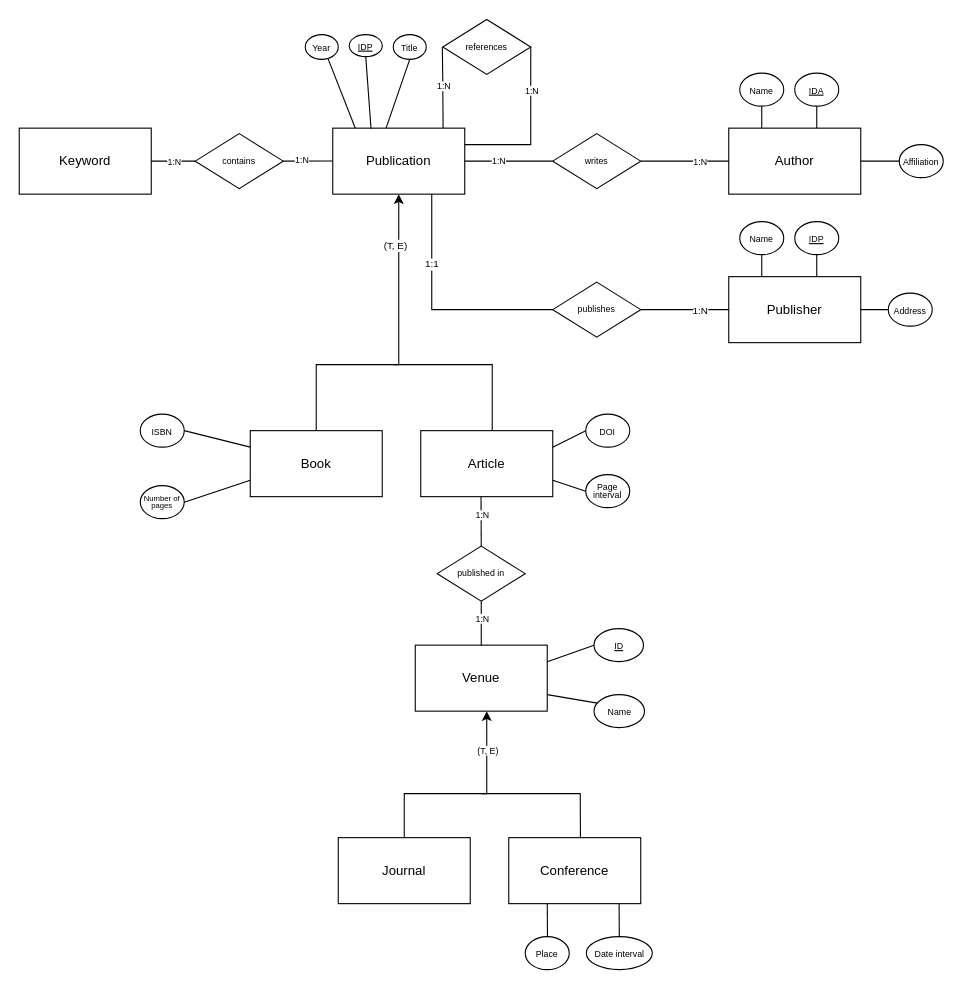
This is schemas/ER_def.drawio from Eliaxie/SMBUD-NoSQL-Project, a draw.io file, before an edit. Source tidied: cells renumbered, new cells numbered last; positions are measured from the earlier drawing's top-left corner, leaving out a move shared by most shapes. Both pictures are drawn from the tidied source at 110%, with x=0, y=0 at pixel (19, 19).
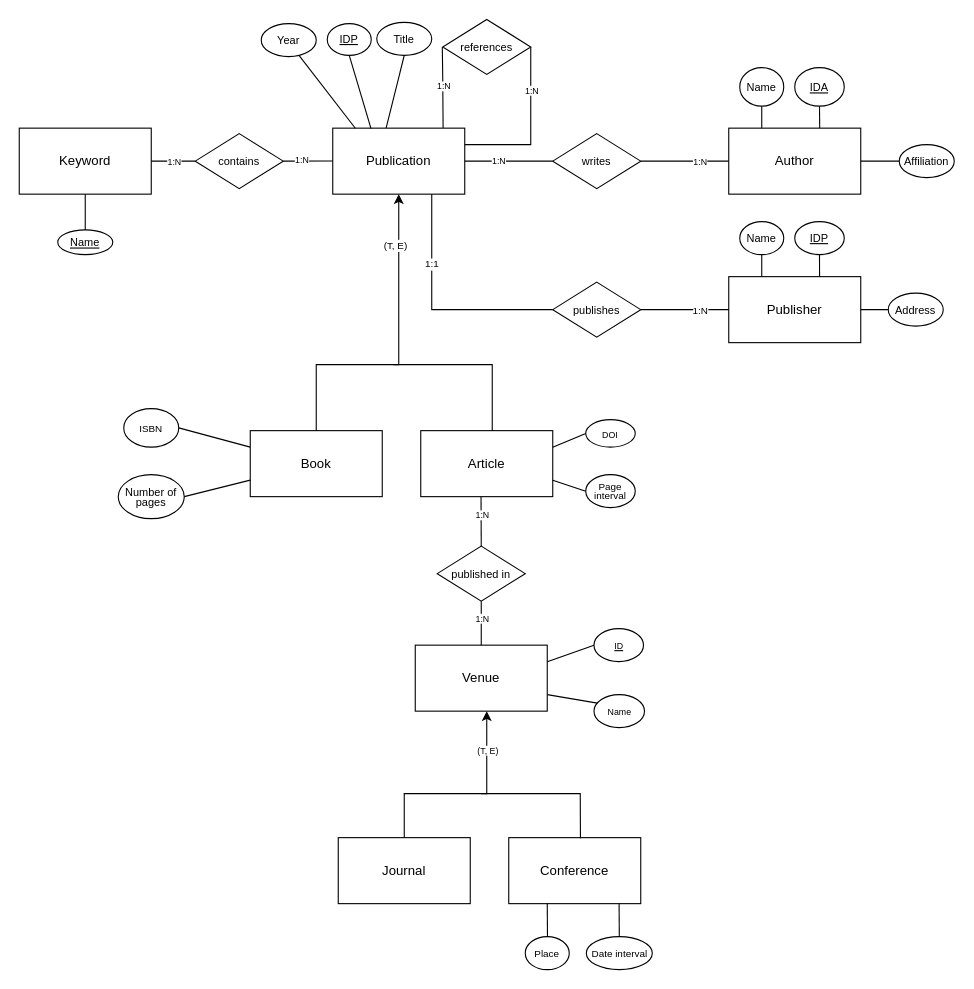
The same page after the edit.

Commit message (it also covers changes not shown here):
edit: moved around ER diagrams and added quasi-definitive one

Unchanged cells that the change refers to:
```xml
<mxCell id="3" value="Author" style="whiteSpace=wrap;html=1;" parent="1" vertex="1">
  <mxGeometry x="645" y="99" width="120" height="60" as="geometry" />
</mxCell>
<mxCell id="38" value="Publisher" style="whiteSpace=wrap;html=1;" parent="1" vertex="1">
  <mxGeometry x="645" y="234" width="120" height="60" as="geometry" />
</mxCell>
<mxCell id="70" value="Keyword" style="rounded=0;whiteSpace=wrap;html=1;" parent="1" vertex="1">
  <mxGeometry y="99" width="120" height="60" as="geometry" />
</mxCell>
```

Change to the diagram source:
```diff
@@
-    <mxCell id="7" value="&lt;font style=&quot;font-size: 8px;&quot;&gt;Name&lt;/font&gt;" style="ellipse;whiteSpace=wrap;html=1;" parent="1" vertex="1">
-      <mxGeometry x="655" y="49" width="40" height="30" as="geometry" />
+    <mxCell id="7" value="&lt;font style=&quot;font-size: 10px;&quot;&gt;Name&lt;/font&gt;" style="ellipse;whiteSpace=wrap;html=1;" parent="1" vertex="1">
+      <mxGeometry x="655" y="44" width="40" height="35" as="geometry" />
     </mxCell>
-    <mxCell id="8" style="endArrow=none;html=1;rounded=0;entryX=0.25;entryY=0;entryDx=0;entryDy=0;exitX=0.5;exitY=1;exitDx=0;exitDy=0;" parent="1" edge="1" source="9">
-      <mxGeometry relative="1" as="geometry">
-        <mxPoint x="725" y="99" as="targetPoint" />
-      </mxGeometry>
+    <mxCell id="8" style="endArrow=none;html=1;rounded=0;entryX=0.689;entryY=-0.002;entryDx=0;entryDy=0;exitX=0.5;exitY=1;exitDx=0;exitDy=0;entryPerimeter=0;" parent="1" edge="1" source="9" target="3">
+      <mxGeometry relative="1" as="geometry" />
     </mxCell>
-    <mxCell id="9" value="&lt;span style=&quot;font-size: 8px;&quot;&gt;&lt;u&gt;IDA&lt;/u&gt;&lt;/span&gt;" style="ellipse;whiteSpace=wrap;html=1;" parent="1" vertex="1">
-      <mxGeometry x="705" y="49" width="40" height="30" as="geometry" />
+    <mxCell id="9" value="&lt;font style=&quot;font-size: 10px;&quot;&gt;&lt;span style=&quot;&quot;&gt;&lt;u&gt;IDA&lt;/u&gt;&lt;/span&gt;&lt;/font&gt;" style="ellipse;whiteSpace=wrap;html=1;" parent="1" vertex="1">
+      <mxGeometry x="705" y="44" width="45" height="35" as="geometry" />
     </mxCell>
@@
-    <mxCell id="11" value="&lt;font style=&quot;font-size: 8px;&quot;&gt;Title&lt;/font&gt;" style="ellipse;whiteSpace=wrap;html=1;" parent="1" vertex="1">
-      <mxGeometry x="340" y="14" width="30" height="22.5" as="geometry" />
+    <mxCell id="11" value="&lt;font style=&quot;font-size: 10px;&quot;&gt;Title&lt;/font&gt;" style="ellipse;whiteSpace=wrap;html=1;" parent="1" vertex="1">
+      <mxGeometry x="325" y="2.8" width="50" height="30" as="geometry" />
     </mxCell>
@@
-    <mxCell id="13" value="&lt;font style=&quot;font-size: 8px;&quot;&gt;Year&lt;/font&gt;" style="ellipse;whiteSpace=wrap;html=1;" parent="1" vertex="1">
-      <mxGeometry x="260" y="14" width="30" height="22.5" as="geometry" />
+    <mxCell id="13" value="&lt;font style=&quot;font-size: 10px;&quot;&gt;Year&lt;/font&gt;" style="ellipse;whiteSpace=wrap;html=1;" parent="1" vertex="1">
+      <mxGeometry x="220" y="4" width="50" height="30" as="geometry" />
     </mxCell>
@@
-    <mxCell id="18" value="writes" style="rhombus;whiteSpace=wrap;html=1;fontSize=8;" parent="1" vertex="1">
+    <mxCell id="18" value="&lt;font style=&quot;font-size: 10px;&quot;&gt;writes&lt;/font&gt;" style="rhombus;whiteSpace=wrap;html=1;fontSize=8;" parent="1" vertex="1">
       <mxGeometry x="485" y="104" width="80" height="50" as="geometry" />
     </mxCell>
@@
-    <mxCell id="23" value="&lt;span style=&quot;font-size: 8px;&quot;&gt;ISBN&lt;/span&gt;" style="ellipse;whiteSpace=wrap;html=1;" parent="1" vertex="1">
-      <mxGeometry x="110" y="359" width="40" height="30" as="geometry" />
+    <mxCell id="23" value="&lt;font style=&quot;font-size: 9px;&quot;&gt;&lt;span style=&quot;&quot;&gt;ISBN&lt;/span&gt;&lt;/font&gt;" style="ellipse;whiteSpace=wrap;html=1;" parent="1" vertex="1">
+      <mxGeometry x="95" y="354" width="50" height="35" as="geometry" />
     </mxCell>
@@
-    <mxCell id="25" value="&lt;font style=&quot;font-size: 8px;&quot;&gt;&lt;u&gt;IDP&lt;/u&gt;&lt;/font&gt;" style="ellipse;whiteSpace=wrap;html=1;" parent="1" vertex="1">
-      <mxGeometry x="300" y="14" width="30" height="20" as="geometry" />
+    <mxCell id="25" value="&lt;font style=&quot;font-size: 10px;&quot;&gt;&lt;u&gt;IDP&lt;/u&gt;&lt;/font&gt;" style="ellipse;whiteSpace=wrap;html=1;" parent="1" vertex="1">
+      <mxGeometry x="280" y="4" width="40" height="28.8" as="geometry" />
     </mxCell>
@@
-    <mxCell id="27" value="&lt;span style=&quot;font-size: 8px;&quot;&gt;Place&lt;/span&gt;" style="ellipse;whiteSpace=wrap;html=1;" parent="1" vertex="1">
+    <mxCell id="27" value="&lt;font style=&quot;font-size: 9px;&quot;&gt;&lt;span style=&quot;&quot;&gt;Place&lt;/span&gt;&lt;/font&gt;" style="ellipse;whiteSpace=wrap;html=1;" parent="1" vertex="1">
       <mxGeometry x="460" y="834" width="40" height="30" as="geometry" />
     </mxCell>
@@
-    <mxCell id="29" value="&lt;font style=&quot;font-size: 8px;&quot;&gt;Date interval&lt;/font&gt;" style="ellipse;whiteSpace=wrap;html=1;" parent="1" vertex="1">
+    <mxCell id="29" value="&lt;font style=&quot;font-size: 9px;&quot;&gt;Date interval&lt;/font&gt;" style="ellipse;whiteSpace=wrap;html=1;" parent="1" vertex="1">
       <mxGeometry x="515.5" y="834" width="60" height="30" as="geometry" />
     </mxCell>
@@
     <mxCell id="33" value="&lt;span style=&quot;font-size: 8px;&quot;&gt;DOI&lt;/span&gt;" style="ellipse;whiteSpace=wrap;html=1;" parent="1" vertex="1">
-      <mxGeometry x="515" y="359" width="40" height="30" as="geometry" />
+      <mxGeometry x="515" y="364" width="45" height="25" as="geometry" />
     </mxCell>
@@
-    <mxCell id="40" value="&lt;font style=&quot;font-size: 8px;&quot;&gt;Name&lt;/font&gt;" style="ellipse;whiteSpace=wrap;html=1;" parent="1" vertex="1">
+    <mxCell id="40" value="&lt;font style=&quot;font-size: 10px;&quot;&gt;Name&lt;/font&gt;" style="ellipse;whiteSpace=wrap;html=1;" parent="1" vertex="1">
       <mxGeometry x="655" y="184" width="40" height="30" as="geometry" />
     </mxCell>
-    <mxCell id="41" style="endArrow=none;html=1;rounded=0;entryX=0.25;entryY=0;entryDx=0;entryDy=0;exitX=0.5;exitY=1;exitDx=0;exitDy=0;" parent="1" edge="1" source="42">
-      <mxGeometry relative="1" as="geometry">
-        <mxPoint x="725" y="234" as="targetPoint" />
-      </mxGeometry>
+    <mxCell id="41" style="endArrow=none;html=1;rounded=0;entryX=0.688;entryY=0.002;entryDx=0;entryDy=0;exitX=0.5;exitY=1;exitDx=0;exitDy=0;entryPerimeter=0;" parent="1" edge="1" source="42" target="38">
+      <mxGeometry relative="1" as="geometry" />
     </mxCell>
-    <mxCell id="42" value="&lt;span style=&quot;font-size: 8px;&quot;&gt;&lt;u&gt;IDP&lt;/u&gt;&lt;/span&gt;" style="ellipse;whiteSpace=wrap;html=1;" parent="1" vertex="1">
-      <mxGeometry x="705" y="184" width="40" height="30" as="geometry" />
+    <mxCell id="42" value="&lt;font style=&quot;font-size: 10px;&quot;&gt;&lt;span style=&quot;&quot;&gt;&lt;u&gt;IDP&lt;/u&gt;&lt;/span&gt;&lt;/font&gt;" style="ellipse;whiteSpace=wrap;html=1;" parent="1" vertex="1">
+      <mxGeometry x="705" y="184" width="45" height="30" as="geometry" />
     </mxCell>
@@
-    <mxCell id="48" value="&lt;span style=&quot;font-size: 8px;&quot;&gt;Address&lt;/span&gt;" style="ellipse;whiteSpace=wrap;html=1;" parent="1" vertex="1">
-      <mxGeometry x="790" y="249" width="40" height="30" as="geometry" />
+    <mxCell id="48" value="&lt;font style=&quot;font-size: 10px;&quot;&gt;&lt;span style=&quot;&quot;&gt;Address&lt;/span&gt;&lt;/font&gt;" style="ellipse;whiteSpace=wrap;html=1;" parent="1" vertex="1">
+      <mxGeometry x="790" y="249" width="50" height="30" as="geometry" />
     </mxCell>
-    <mxCell id="49" value="references" style="rhombus;whiteSpace=wrap;html=1;fontSize=8;" parent="1" vertex="1">
+    <mxCell id="49" value="&lt;font style=&quot;font-size: 10px;&quot;&gt;references&lt;/font&gt;" style="rhombus;whiteSpace=wrap;html=1;fontSize=8;" parent="1" vertex="1">
       <mxGeometry x="385" y="0.2" width="80" height="50" as="geometry" />
     </mxCell>
-    <mxCell id="50" value="publishes" style="rhombus;whiteSpace=wrap;html=1;fontSize=8;" parent="1" vertex="1">
+    <mxCell id="50" value="&lt;font style=&quot;font-size: 10px;&quot;&gt;publishes&lt;/font&gt;" style="rhombus;whiteSpace=wrap;html=1;fontSize=8;" parent="1" vertex="1">
       <mxGeometry x="485" y="239" width="80" height="50" as="geometry" />
     </mxCell>
-    <mxCell id="51" value="&lt;font style=&quot;font-size: 8px;&quot;&gt;Affiliation&lt;/font&gt;" style="ellipse;whiteSpace=wrap;html=1;" parent="1" vertex="1">
-      <mxGeometry x="800" y="114" width="40" height="30" as="geometry" />
+    <mxCell id="51" value="&lt;font style=&quot;font-size: 10px;&quot;&gt;Affiliation&lt;/font&gt;" style="ellipse;whiteSpace=wrap;html=1;" parent="1" vertex="1">
+      <mxGeometry x="800" y="114" width="50" height="30" as="geometry" />
     </mxCell>
@@
-    <mxCell id="53" value="published in" style="rhombus;whiteSpace=wrap;html=1;fontSize=8;" parent="1" vertex="1">
+    <mxCell id="53" value="&lt;font style=&quot;font-size: 10px;&quot;&gt;published in&lt;/font&gt;" style="rhombus;whiteSpace=wrap;html=1;fontSize=8;" parent="1" vertex="1">
       <mxGeometry x="380" y="479" width="80" height="50" as="geometry" />
     </mxCell>
@@
-    <mxCell id="63" value="&lt;p style=&quot;line-height: 1; font-size: 8px;&quot;&gt;&lt;font style=&quot;font-size: 8px;&quot;&gt;Page interval&lt;br&gt;&lt;/font&gt;&lt;/p&gt;" style="ellipse;whiteSpace=wrap;html=1;" parent="1" vertex="1">
-      <mxGeometry x="515" y="414" width="40" height="30" as="geometry" />
+    <mxCell id="63" value="&lt;p style=&quot;line-height: 1; font-size: 9px;&quot;&gt;&lt;font style=&quot;font-size: 9px;&quot;&gt;Page interval&lt;br&gt;&lt;/font&gt;&lt;/p&gt;" style="ellipse;whiteSpace=wrap;html=1;" parent="1" vertex="1">
+      <mxGeometry x="515" y="414" width="45" height="30" as="geometry" />
     </mxCell>
@@
-    <mxCell id="65" value="&lt;p style=&quot;line-height: 0.9; font-size: 7px;&quot;&gt;&lt;font style=&quot;font-size: 7px;&quot;&gt;Number of pages&lt;br&gt;&lt;/font&gt;&lt;/p&gt;" style="ellipse;whiteSpace=wrap;html=1;" parent="1" vertex="1">
-      <mxGeometry x="110" y="424" width="40" height="30" as="geometry" />
+    <mxCell id="65" value="&lt;p style=&quot;line-height: 0.9; font-size: 10px;&quot;&gt;&lt;font style=&quot;font-size: 10px;&quot;&gt;Number of pages&lt;br&gt;&lt;/font&gt;&lt;/p&gt;" style="ellipse;whiteSpace=wrap;html=1;" parent="1" vertex="1">
+      <mxGeometry x="90" y="414" width="60" height="40" as="geometry" />
     </mxCell>
@@
-    <mxCell id="71" value="contains" style="rhombus;whiteSpace=wrap;html=1;fontSize=8;" parent="1" vertex="1">
+    <mxCell id="71" value="&lt;font style=&quot;font-size: 10px;&quot;&gt;contains&lt;/font&gt;" style="rhombus;whiteSpace=wrap;html=1;fontSize=8;" parent="1" vertex="1">
       <mxGeometry x="160" y="104" width="80" height="50" as="geometry" />
     </mxCell>
@@
+    <mxCell id="76" style="endArrow=none;html=1;rounded=0;entryX=0.5;entryY=1;entryDx=0;entryDy=0;exitX=0.5;exitY=0;exitDx=0;exitDy=0;" parent="1" edge="1" source="77" target="70">
+      <mxGeometry relative="1" as="geometry" />
+    </mxCell>
+    <mxCell id="77" value="&lt;font style=&quot;font-size: 10px;&quot;&gt;&lt;u&gt;&lt;font style=&quot;font-size: 10px;&quot;&gt;Name&lt;/font&gt;&lt;/u&gt;&lt;/font&gt;" style="ellipse;whiteSpace=wrap;html=1;" parent="1" vertex="1">
+      <mxGeometry x="35" y="191.5" width="50" height="22.5" as="geometry" />
+    </mxCell>
```
